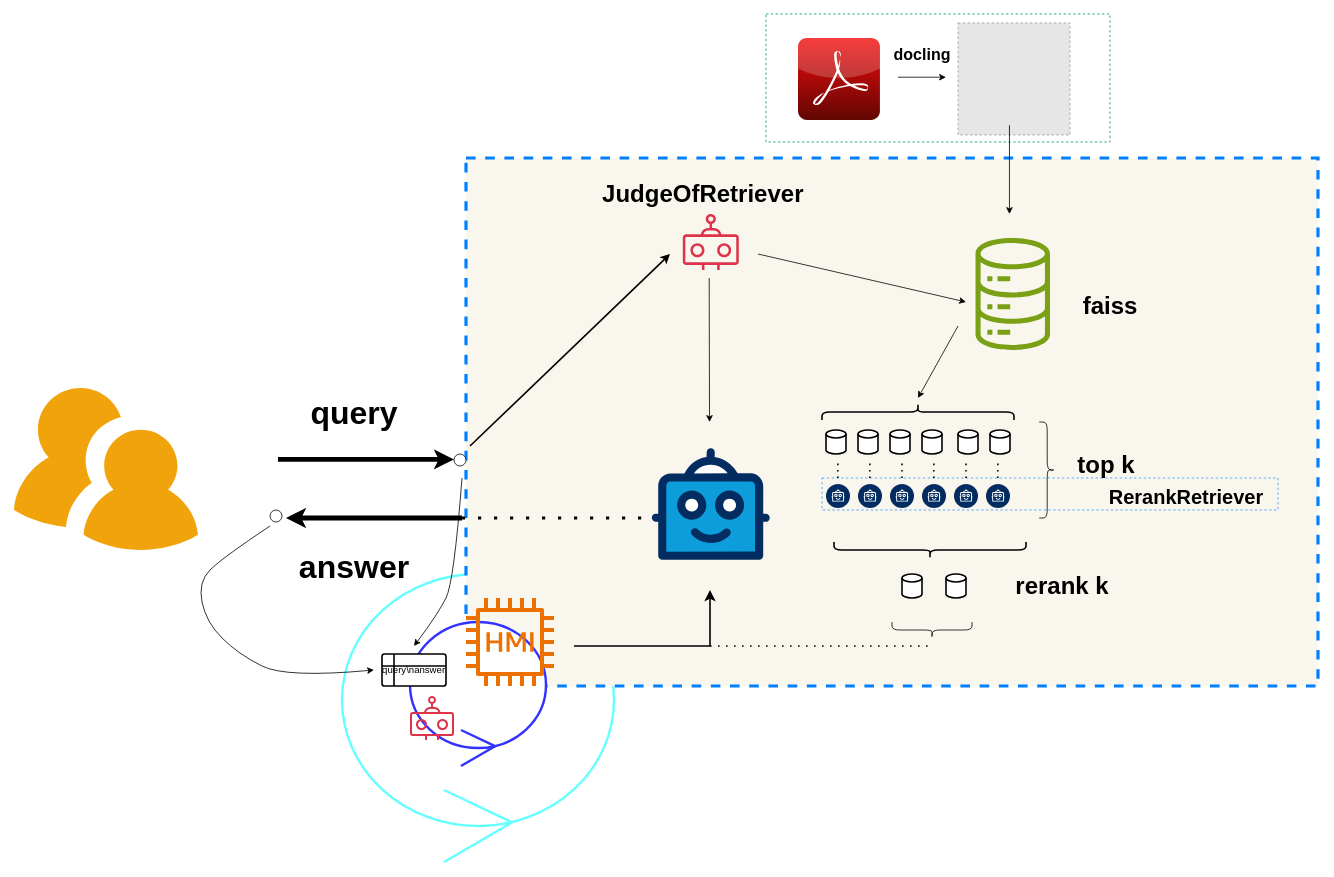
The draw.io diagram images/drawio/zhibo-shannona项目流程图.drawio in golitter/Zhibo-Shannona, before the edit. Source tidied: cells renumbered, new cells numbered last; positions are measured from the earlier drawing's top-left corner, leaving out a move shared by most shapes. Both pictures are drawn from the tidied source at 80%, with x=0, y=0 at pixel (14, 14). Pictures stored in the file or linked from it are replaced by grey dashed boxes.
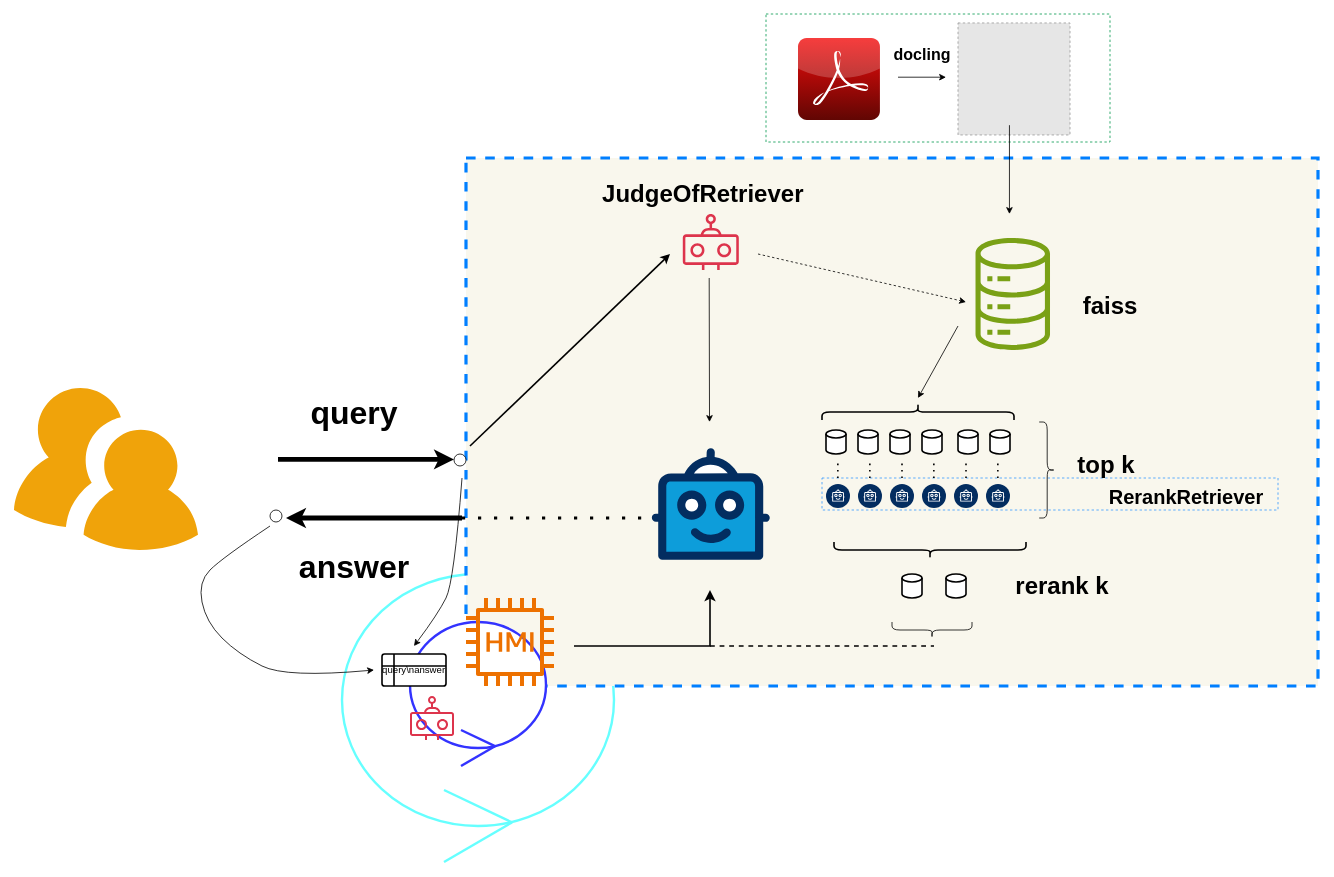
The same page after the edit.

Commit message (it also covers changes not shown here):
update: 流程图更改：实线->虚线

Diff of the diagram source:
```diff
@@
-    <mxCell id="11" style="endArrow=classic;html=1;rounded=0;strokeWidth=1;" parent="1" edge="1">
+    <mxCell id="11" style="endArrow=classic;html=1;rounded=0;strokeWidth=1;dashed=1;" parent="1" edge="1">
       <mxGeometry relative="1" as="geometry">
         <mxPoint x="930" y="300" as="sourcePoint" />
         <mxPoint x="1190" y="360" as="targetPoint" />
       </mxGeometry>
     </mxCell>
@@
-    <mxCell id="41" style="endArrow=none;html=1;rounded=0;dashed=1;dashPattern=1 4;strokeWidth=2;" parent="1" edge="1">
+    <mxCell id="41" style="endArrow=none;html=1;rounded=0;dashed=1;strokeWidth=2;" parent="1" edge="1">
       <mxGeometry relative="1" as="geometry">
         <mxPoint x="870" y="790" as="sourcePoint" />
         <mxPoint x="1150" y="790" as="targetPoint" />
       </mxGeometry>
     </mxCell>
```
